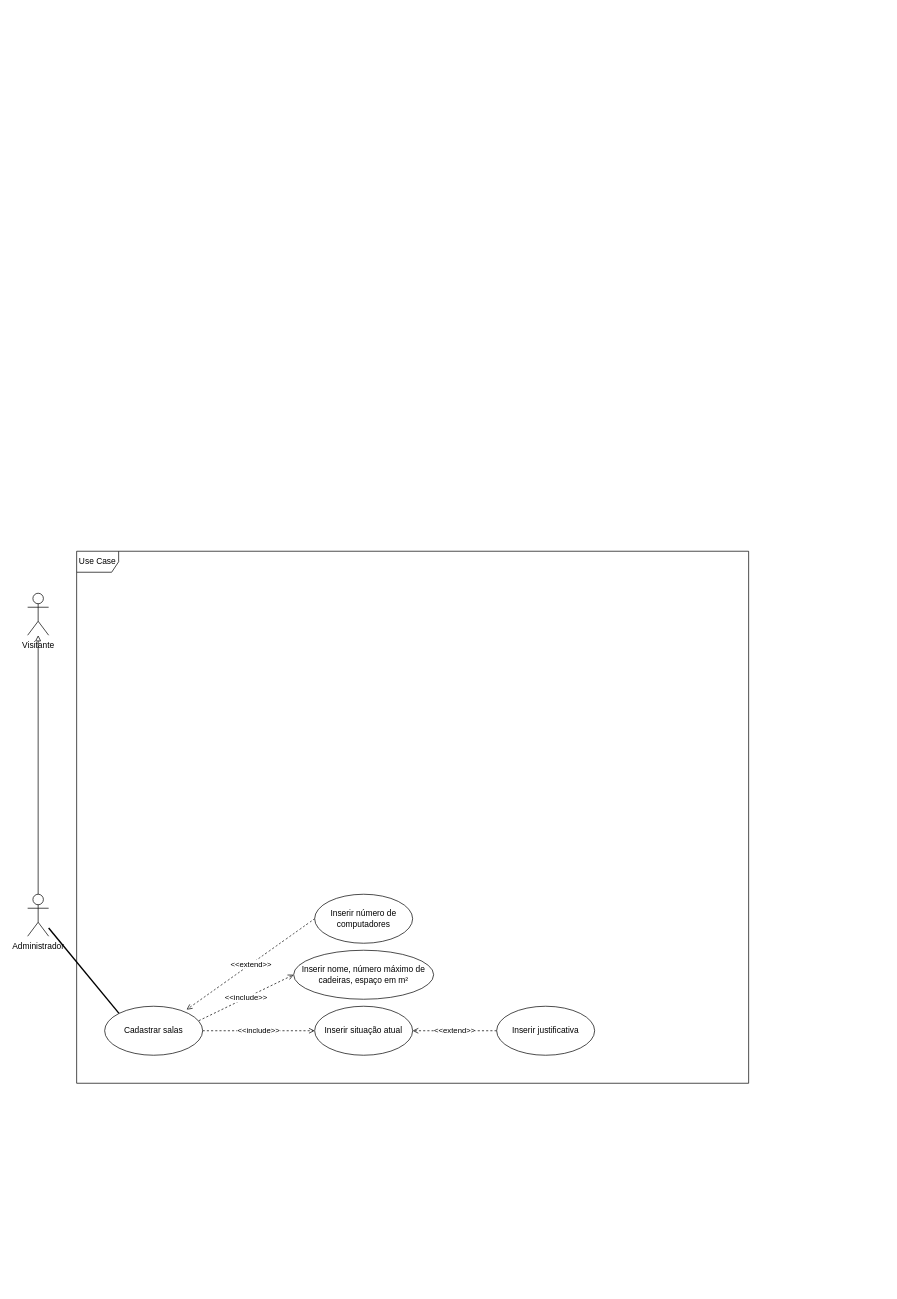
Above: docs/requisitos/Diagrama de casos de uso.drawio in Gian-Figueiredo/sistema-ensalamento (draw.io), before the change. Source tidied: cells renumbered, new cells numbered last; positions are measured from the earlier drawing's top-left corner, leaving out a move shared by most shapes. Both pictures are drawn from the tidied source at 70%, with x=0, y=0 at pixel (27, 551).
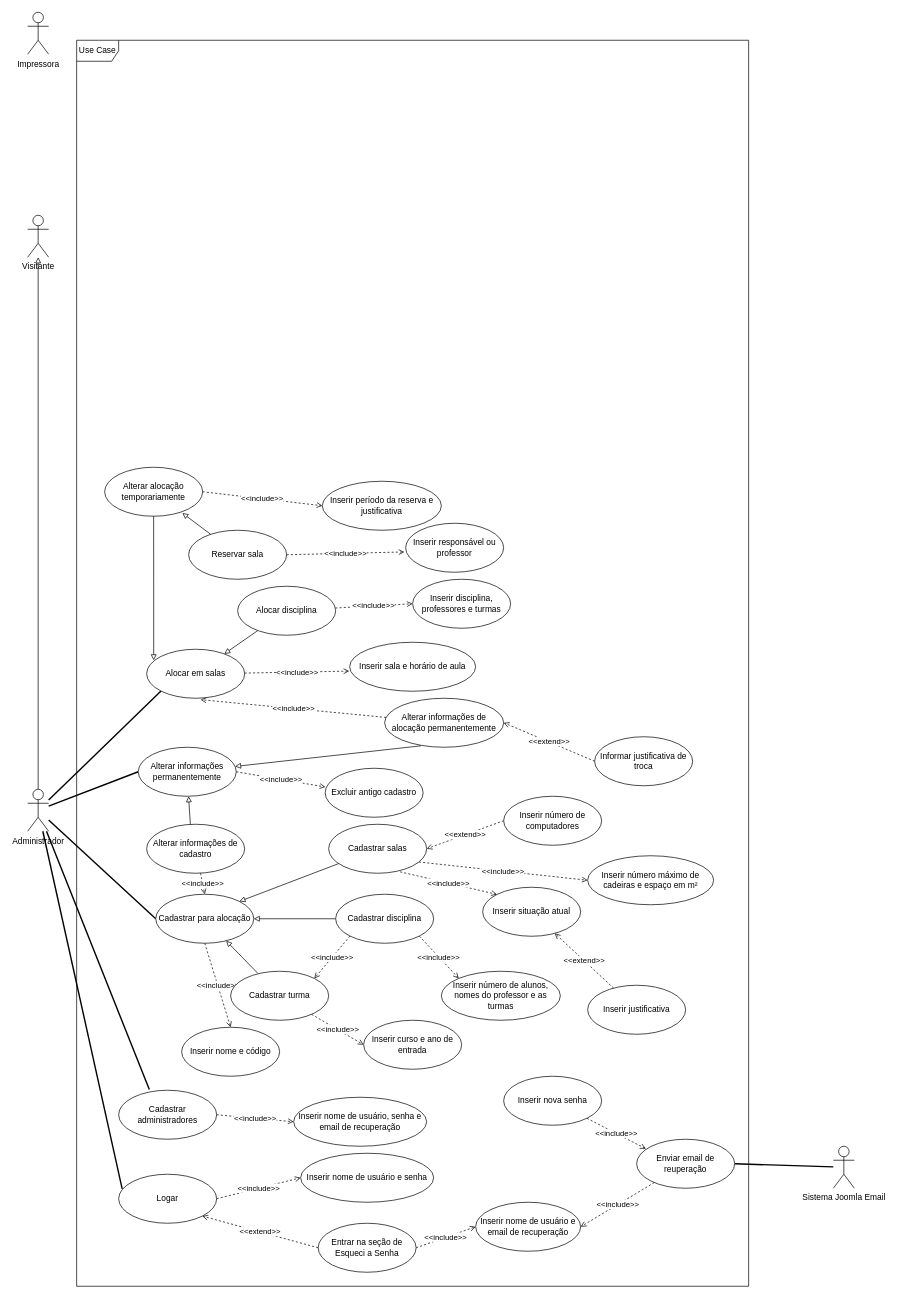
After the change.

Commit message (it also covers changes not shown here):
docs: Atualização do diagrama de casos de uso

Os casos de uso dos administradores foram definidos. Falta os casos de uso dos visitantes.

Diff of the diagram source:
```diff
@@
-    <mxCell id="3" style="rounded=0;jettySize=auto;html=1;entryX=0;entryY=0;entryDx=0;entryDy=0;defaultLabelBackgroundColor=page;labelPadding=0 4;endArrow=none;endFill=0;strokeWidth=2;" parent="1" edge="1" source="4" target="9">
-      <mxGeometry relative="1" as="geometry" />
-    </mxCell>
+    <mxCell id="16" style="rounded=0;jettySize=auto;html=1;entryX=0;entryY=0.5;entryDx=0;entryDy=0;defaultLabelBackgroundColor=page;labelPadding=0 4;endArrow=none;endFill=0;strokeWidth=2;" parent="1" edge="1" source="4" target="21">
+      <mxGeometry relative="1" as="geometry" />
+    </mxCell>
+    <mxCell id="17" style="rounded=0;jettySize=auto;html=1;entryX=0;entryY=1;entryDx=0;entryDy=0;defaultLabelBackgroundColor=page;labelPadding=0 4;strokeWidth=2;endArrow=none;endFill=0;" parent="1" edge="1" source="4" target="32">
+      <mxGeometry relative="1" as="geometry" />
+    </mxCell>
+    <mxCell id="18" style="rounded=0;jettySize=auto;html=1;entryX=0;entryY=0.5;entryDx=0;entryDy=0;defaultLabelBackgroundColor=page;labelPadding=0 4;strokeWidth=2;endArrow=none;endFill=0;" parent="1" edge="1" source="4" target="40">
+      <mxGeometry relative="1" as="geometry" />
+    </mxCell>
     <mxCell id="4" value="Administrador" style="shape=umlActor;verticalLabelPosition=bottom;verticalAlign=top;html=1;labelPerimeter=1;" parent="1" vertex="1">
-      <mxGeometry y="490" width="30" height="60" as="geometry" />
+      <mxGeometry y="340" width="30" height="60" as="geometry" />
     </mxCell>
     <mxCell id="5" value="Visitante" style="shape=umlActor;verticalLabelPosition=bottom;verticalAlign=top;html=1;labelPerimeter=1;" parent="1" vertex="1">
-      <mxGeometry y="60" width="30" height="60" as="geometry" />
+      <mxGeometry y="-480" width="30" height="60" as="geometry" />
     </mxCell>
     <mxCell id="6" value="Use Case" style="shape=umlFrame;whiteSpace=wrap;html=1;" parent="1" vertex="1">
-      <mxGeometry x="70" width="960" height="760" as="geometry" />
+      <mxGeometry x="70" y="-730" width="960" height="1780" as="geometry" />
     </mxCell>
-    <mxCell id="7" value="&amp;lt;&amp;lt;include&amp;gt;&amp;gt;" style="rounded=0;jettySize=auto;html=1;entryX=0;entryY=0.5;entryDx=0;entryDy=0;defaultLabelBackgroundColor=page;labelPadding=0 4;dashed=1;endArrow=open;endFill=0;exitX=0.961;exitY=0.295;exitDx=0;exitDy=0;exitPerimeter=0;" parent="1" edge="1" source="9" target="10">
+    <mxCell id="7" value="&amp;lt;&amp;lt;include&amp;gt;&amp;gt;" style="rounded=0;jettySize=auto;html=1;entryX=0;entryY=0.5;entryDx=0;entryDy=0;defaultLabelBackgroundColor=page;labelPadding=0 4;dashed=1;endArrow=open;endFill=0;exitX=0.921;exitY=0.771;exitDx=0;exitDy=0;exitPerimeter=0;" parent="1" edge="1" source="9" target="10">
       <mxGeometry relative="1" as="geometry" />
     </mxCell>
-    <mxCell id="8" value="&amp;lt;&amp;lt;include&amp;gt;&amp;gt;" style="rounded=0;jettySize=auto;html=1;entryX=0;entryY=0.5;entryDx=0;entryDy=0;defaultLabelBackgroundColor=page;labelPadding=0 4;exitX=1;exitY=0.5;exitDx=0;exitDy=0;endArrow=open;endFill=0;dashed=1;" parent="1" edge="1" source="9" target="13">
+    <mxCell id="8" value="&amp;lt;&amp;lt;include&amp;gt;&amp;gt;" style="rounded=0;jettySize=auto;html=1;entryX=0;entryY=0;entryDx=0;entryDy=0;defaultLabelBackgroundColor=page;labelPadding=0 4;exitX=0.729;exitY=0.971;exitDx=0;exitDy=0;endArrow=open;endFill=0;dashed=1;exitPerimeter=0;" parent="1" edge="1" source="9" target="13">
       <mxGeometry relative="1" as="geometry" />
     </mxCell>
+    <mxCell id="19" style="rounded=0;jettySize=auto;html=1;entryX=1;entryY=0;entryDx=0;entryDy=0;defaultLabelBackgroundColor=page;labelPadding=0 4;endArrow=block;endFill=0;" parent="1" edge="1" source="9" target="21">
+      <mxGeometry relative="1" as="geometry" />
+    </mxCell>
     <mxCell id="9" value="Cadastrar salas" style="ellipse;whiteSpace=wrap;html=1;" parent="1" vertex="1">
-      <mxGeometry x="110" y="650" width="140" height="70" as="geometry" />
+      <mxGeometry x="430" y="390" width="140" height="70" as="geometry" />
     </mxCell>
-    <mxCell id="10" value="Inserir nome, número máximo de cadeiras, espaço em m²" style="ellipse;whiteSpace=wrap;html=1;" parent="1" vertex="1">
-      <mxGeometry x="380" y="570" width="200" height="70" as="geometry" />
+    <mxCell id="10" value="Inserir número máximo de cadeiras e espaço em m²" style="ellipse;whiteSpace=wrap;html=1;" parent="1" vertex="1">
+      <mxGeometry x="800" y="435" width="180" height="70" as="geometry" />
     </mxCell>
-    <mxCell id="11" value="&amp;lt;&amp;lt;extend&amp;gt;&amp;gt;" style="rounded=0;jettySize=auto;html=1;defaultLabelBackgroundColor=page;labelPadding=0 4;curved=1;curveGeometry=1;exitX=0;exitY=0.5;exitDx=0;exitDy=0;entryX=0.836;entryY=0.069;entryDx=0;entryDy=0;endArrow=open;endFill=0;dashed=1;entryPerimeter=0;" parent="1" edge="1" source="12" target="9">
+    <mxCell id="11" value="&amp;lt;&amp;lt;extend&amp;gt;&amp;gt;" style="rounded=0;jettySize=auto;html=1;defaultLabelBackgroundColor=page;labelPadding=0 4;curved=1;curveGeometry=1;exitX=0;exitY=0.5;exitDx=0;exitDy=0;entryX=1;entryY=0.5;entryDx=0;entryDy=0;endArrow=open;endFill=0;dashed=1;" parent="1" edge="1" source="12" target="9">
       <mxGeometry relative="1" as="geometry" />
     </mxCell>
     <mxCell id="12" value="Inserir número de computadores" style="ellipse;whiteSpace=wrap;html=1;" parent="1" vertex="1">
-      <mxGeometry x="410" y="490" width="140" height="70" as="geometry" />
+      <mxGeometry x="680" y="350" width="140" height="70" as="geometry" />
     </mxCell>
     <mxCell id="13" value="Inserir situação atual" style="ellipse;whiteSpace=wrap;html=1;" parent="1" vertex="1">
-      <mxGeometry x="410" y="650" width="140" height="70" as="geometry" />
+      <mxGeometry x="650" y="480" width="140" height="70" as="geometry" />
     </mxCell>
-    <mxCell id="14" value="&amp;lt;&amp;lt;extend&amp;gt;&amp;gt;" style="rounded=0;jettySize=auto;html=1;entryX=1;entryY=0.5;entryDx=0;entryDy=0;defaultLabelBackgroundColor=page;labelPadding=0 4;endArrow=open;endFill=0;dashed=1;" parent="1" edge="1" source="15" target="13">
+    <mxCell id="14" value="&amp;lt;&amp;lt;extend&amp;gt;&amp;gt;" style="rounded=0;jettySize=auto;html=1;defaultLabelBackgroundColor=page;labelPadding=0 4;endArrow=open;endFill=0;dashed=1;" parent="1" edge="1" source="15" target="13">
       <mxGeometry relative="1" as="geometry" />
     </mxCell>
     <mxCell id="15" value="Inserir justificativa" style="ellipse;whiteSpace=wrap;html=1;" parent="1" vertex="1">
-      <mxGeometry x="670" y="650" width="140" height="70" as="geometry" />
+      <mxGeometry x="800" y="620" width="140" height="70" as="geometry" />
     </mxCell>
+    <mxCell id="20" value="&amp;lt;&amp;lt;include&amp;gt;&amp;gt;" style="rounded=0;jettySize=auto;html=1;entryX=0.5;entryY=0;entryDx=0;entryDy=0;defaultLabelBackgroundColor=page;labelPadding=0 4;dashed=1;endArrow=open;endFill=0;exitX=0.5;exitY=1;exitDx=0;exitDy=0;" parent="1" edge="1" source="21" target="22">
+      <mxGeometry relative="1" as="geometry" />
+    </mxCell>
+    <mxCell id="21" value="Cadastrar para alocação" style="ellipse;whiteSpace=wrap;html=1;" parent="1" vertex="1">
+      <mxGeometry x="183" y="490" width="140" height="70" as="geometry" />
+    </mxCell>
+    <mxCell id="22" value="Inserir nome e código" style="ellipse;whiteSpace=wrap;html=1;" parent="1" vertex="1">
+      <mxGeometry x="220" y="680" width="140" height="70" as="geometry" />
+    </mxCell>
+    <mxCell id="23" style="rounded=0;jettySize=auto;html=1;defaultLabelBackgroundColor=page;labelPadding=0 4;endArrow=block;endFill=0;" parent="1" edge="1" source="25" target="21">
+      <mxGeometry relative="1" as="geometry" />
+    </mxCell>
+    <mxCell id="24" value="&amp;lt;&amp;lt;include&amp;gt;&amp;gt;" style="rounded=0;jettySize=auto;html=1;entryX=0;entryY=0.5;entryDx=0;entryDy=0;defaultLabelBackgroundColor=page;labelPadding=0 4;endArrow=open;endFill=0;dashed=1;" parent="1" edge="1" source="25" target="26">
+      <mxGeometry relative="1" as="geometry" />
+    </mxCell>
+    <mxCell id="25" value="Cadastrar turma" style="ellipse;whiteSpace=wrap;html=1;" parent="1" vertex="1">
+      <mxGeometry x="290" y="600" width="140" height="70" as="geometry" />
+    </mxCell>
+    <mxCell id="26" value="Inserir curso e ano de entrada" style="ellipse;whiteSpace=wrap;html=1;" parent="1" vertex="1">
+      <mxGeometry x="480" y="670" width="140" height="70" as="geometry" />
+    </mxCell>
+    <mxCell id="27" style="rounded=0;jettySize=auto;html=1;entryX=1;entryY=0.5;entryDx=0;entryDy=0;defaultLabelBackgroundColor=page;labelPadding=0 4;endArrow=block;endFill=0;exitX=0;exitY=0.5;exitDx=0;exitDy=0;" parent="1" edge="1" source="30" target="21">
+      <mxGeometry relative="1" as="geometry" />
+    </mxCell>
+    <mxCell id="28" value="&amp;lt;&amp;lt;include&amp;gt;&amp;gt;" style="rounded=0;jettySize=auto;html=1;entryX=0;entryY=0;entryDx=0;entryDy=0;defaultLabelBackgroundColor=page;labelPadding=0 4;endArrow=open;endFill=0;dashed=1;exitX=1;exitY=1;exitDx=0;exitDy=0;" parent="1" edge="1" source="30" target="31">
+      <mxGeometry relative="1" as="geometry" />
+    </mxCell>
+    <mxCell id="29" value="&amp;lt;&amp;lt;include&amp;gt;&amp;gt;" style="rounded=0;jettySize=auto;html=1;entryX=1;entryY=0;entryDx=0;entryDy=0;defaultLabelBackgroundColor=page;labelPadding=0 4;dashed=1;endArrow=open;endFill=0;exitX=0;exitY=1;exitDx=0;exitDy=0;" parent="1" edge="1" source="30" target="25">
+      <mxGeometry relative="1" as="geometry" />
+    </mxCell>
+    <mxCell id="30" value="Cadastrar disciplina" style="ellipse;whiteSpace=wrap;html=1;" parent="1" vertex="1">
+      <mxGeometry x="440" y="490" width="140" height="70" as="geometry" />
+    </mxCell>
+    <mxCell id="31" value="Inserir número de alunos, nomes do professor e as turmas" style="ellipse;whiteSpace=wrap;html=1;" parent="1" vertex="1">
+      <mxGeometry x="591" y="600" width="170" height="70" as="geometry" />
+    </mxCell>
+    <mxCell id="32" value="Alocar em salas" style="ellipse;whiteSpace=wrap;html=1;" parent="1" vertex="1">
+      <mxGeometry x="170" y="140" width="140" height="70" as="geometry" />
+    </mxCell>
+    <mxCell id="33" value="Inserir sala e horário de aula" style="ellipse;whiteSpace=wrap;html=1;" parent="1" vertex="1">
+      <mxGeometry x="460" y="130" width="180" height="70" as="geometry" />
+    </mxCell>
+    <mxCell id="34" value="&amp;lt;&amp;lt;include&amp;gt;&amp;gt;" style="rounded=0;jettySize=auto;html=1;entryX=-0.003;entryY=0.589;entryDx=0;entryDy=0;entryPerimeter=0;defaultLabelBackgroundColor=page;labelPadding=0 4;dashed=1;endArrow=open;endFill=0;" parent="1" edge="1" source="32" target="33">
+      <mxGeometry relative="1" as="geometry" />
+    </mxCell>
+    <mxCell id="35" value="&amp;lt;&amp;lt;include&amp;gt;&amp;gt;" style="rounded=0;jettySize=auto;html=1;entryX=0.5;entryY=0;entryDx=0;entryDy=0;defaultLabelBackgroundColor=page;labelPadding=0 4;dashed=1;endArrow=open;endFill=0;" parent="1" edge="1" source="36" target="21">
+      <mxGeometry relative="1" as="geometry" />
+    </mxCell>
+    <mxCell id="36" value="Alterar informações de cadastro" style="ellipse;whiteSpace=wrap;html=1;" parent="1" vertex="1">
+      <mxGeometry x="170" y="390" width="140" height="70" as="geometry" />
+    </mxCell>
+    <mxCell id="37" value="Excluir antigo cadastro" style="ellipse;whiteSpace=wrap;html=1;" parent="1" vertex="1">
+      <mxGeometry x="425" y="310" width="140" height="70" as="geometry" />
+    </mxCell>
+    <mxCell id="38" value="Alterar informações de alocação permanentemente" style="ellipse;whiteSpace=wrap;html=1;" parent="1" vertex="1">
+      <mxGeometry x="510" y="210" width="170" height="70" as="geometry" />
+    </mxCell>
+    <mxCell id="39" value="&amp;lt;&amp;lt;include&amp;gt;&amp;gt;" style="rounded=0;jettySize=auto;html=1;entryX=0.55;entryY=1.029;entryDx=0;entryDy=0;entryPerimeter=0;defaultLabelBackgroundColor=page;labelPadding=0 4;dashed=1;endArrow=open;endFill=0;" parent="1" edge="1" source="38" target="32">
+      <mxGeometry relative="1" as="geometry" />
+    </mxCell>
+    <mxCell id="40" value="Alterar informações permanentemente" style="ellipse;whiteSpace=wrap;html=1;" parent="1" vertex="1">
+      <mxGeometry x="158" y="280" width="140" height="70" as="geometry" />
+    </mxCell>
+    <mxCell id="41" value="&amp;lt;&amp;lt;include&amp;gt;&amp;gt;" style="rounded=0;jettySize=auto;html=1;entryX=0.002;entryY=0.383;entryDx=0;entryDy=0;defaultLabelBackgroundColor=page;labelPadding=0 4;dashed=1;endArrow=open;endFill=0;exitX=1;exitY=0.5;exitDx=0;exitDy=0;entryPerimeter=0;" parent="1" edge="1" source="40" target="37">
+      <mxGeometry relative="1" as="geometry" />
+    </mxCell>
+    <mxCell id="42" style="rounded=0;jettySize=auto;html=1;defaultLabelBackgroundColor=page;labelPadding=0 4;endArrow=block;endFill=0;exitX=0.446;exitY=0.002;exitDx=0;exitDy=0;exitPerimeter=0;" parent="1" edge="1" source="36" target="40">
+      <mxGeometry relative="1" as="geometry" />
+    </mxCell>
+    <mxCell id="43" style="rounded=0;jettySize=auto;html=1;defaultLabelBackgroundColor=page;labelPadding=0 4;endArrow=block;endFill=0;exitX=0.305;exitY=0.971;exitDx=0;exitDy=0;exitPerimeter=0;" parent="1" edge="1" source="38" target="40">
+      <mxGeometry relative="1" as="geometry" />
+    </mxCell>
+    <mxCell id="44" style="rounded=0;jettySize=auto;html=1;defaultLabelBackgroundColor=page;labelPadding=0 4;endArrow=block;endFill=0;" parent="1" edge="1" source="46" target="32">
+      <mxGeometry relative="1" as="geometry" />
+    </mxCell>
+    <mxCell id="45" value="&amp;lt;&amp;lt;include&amp;gt;&amp;gt;" style="rounded=0;jettySize=auto;html=1;entryX=0;entryY=0.5;entryDx=0;entryDy=0;defaultLabelBackgroundColor=page;labelPadding=0 4;endArrow=open;endFill=0;dashed=1;" parent="1" edge="1" source="46" target="47">
+      <mxGeometry relative="1" as="geometry" />
+    </mxCell>
+    <mxCell id="46" value="Alocar disciplina" style="ellipse;whiteSpace=wrap;html=1;" parent="1" vertex="1">
+      <mxGeometry x="300" y="50" width="140" height="70" as="geometry" />
+    </mxCell>
+    <mxCell id="47" value="Inserir disciplina, professores e turmas" style="ellipse;whiteSpace=wrap;html=1;" parent="1" vertex="1">
+      <mxGeometry x="550" y="40" width="140" height="70" as="geometry" />
+    </mxCell>
+    <mxCell id="48" value="Reservar sala" style="ellipse;whiteSpace=wrap;html=1;" parent="1" vertex="1">
+      <mxGeometry x="230" y="-30" width="140" height="70" as="geometry" />
+    </mxCell>
+    <mxCell id="49" style="rounded=0;jettySize=auto;html=1;entryX=0.793;entryY=0.935;entryDx=0;entryDy=0;entryPerimeter=0;defaultLabelBackgroundColor=page;labelPadding=0 4;endArrow=block;endFill=0;" parent="1" edge="1" source="48" target="54">
+      <mxGeometry relative="1" as="geometry" />
+    </mxCell>
+    <mxCell id="50" value="Inserir responsável ou professor" style="ellipse;whiteSpace=wrap;html=1;" parent="1" vertex="1">
+      <mxGeometry x="540" y="-40" width="140" height="70" as="geometry" />
+    </mxCell>
+    <mxCell id="51" value="&amp;lt;&amp;lt;include&amp;gt;&amp;gt;" style="rounded=0;jettySize=auto;html=1;entryX=-0.013;entryY=0.586;entryDx=0;entryDy=0;defaultLabelBackgroundColor=page;labelPadding=0 4;endArrow=open;endFill=0;dashed=1;exitX=1;exitY=0.5;exitDx=0;exitDy=0;entryPerimeter=0;" parent="1" edge="1" source="48" target="50">
+      <mxGeometry relative="1" as="geometry" />
+    </mxCell>
+    <mxCell id="52" value="Informar justificativa de troca" style="ellipse;whiteSpace=wrap;html=1;" parent="1" vertex="1">
+      <mxGeometry x="810" y="265" width="140" height="70" as="geometry" />
+    </mxCell>
+    <mxCell id="53" value="&amp;lt;&amp;lt;extend&amp;gt;&amp;gt;" style="rounded=0;jettySize=auto;html=1;defaultLabelBackgroundColor=page;labelPadding=0 4;endArrow=open;endFill=0;dashed=1;exitX=0;exitY=0.5;exitDx=0;exitDy=0;entryX=1;entryY=0.5;entryDx=0;entryDy=0;" parent="1" edge="1" source="52" target="38">
+      <mxGeometry relative="1" as="geometry" />
+    </mxCell>
+    <mxCell id="54" value="Alterar alocação temporariamente" style="ellipse;whiteSpace=wrap;html=1;" parent="1" vertex="1">
+      <mxGeometry x="110" y="-120" width="140" height="70" as="geometry" />
+    </mxCell>
+    <mxCell id="55" style="rounded=0;jettySize=auto;html=1;entryX=0.072;entryY=0.227;entryDx=0;entryDy=0;entryPerimeter=0;defaultLabelBackgroundColor=page;labelPadding=0 4;endArrow=block;endFill=0;" parent="1" edge="1" source="54" target="32">
+      <mxGeometry relative="1" as="geometry" />
+    </mxCell>
+    <mxCell id="56" value="Inserir período da reserva e justificativa" style="ellipse;whiteSpace=wrap;html=1;" parent="1" vertex="1">
+      <mxGeometry x="421" y="-100" width="170" height="70" as="geometry" />
+    </mxCell>
+    <mxCell id="57" value="&amp;lt;&amp;lt;include&amp;gt;&amp;gt;" style="rounded=0;jettySize=auto;html=1;defaultLabelBackgroundColor=page;labelPadding=0 4;endArrow=open;endFill=0;dashed=1;exitX=1;exitY=0.5;exitDx=0;exitDy=0;entryX=0;entryY=0.5;entryDx=0;entryDy=0;" parent="1" edge="1" source="54" target="56">
+      <mxGeometry relative="1" as="geometry" />
+    </mxCell>
+    <mxCell id="58" value="Cadastrar administradores" style="ellipse;whiteSpace=wrap;html=1;" parent="1" vertex="1">
+      <mxGeometry x="130" y="770" width="140" height="70" as="geometry" />
+    </mxCell>
+    <mxCell id="59" style="rounded=0;jettySize=auto;html=1;entryX=0.313;entryY=-0.013;entryDx=0;entryDy=0;defaultLabelBackgroundColor=page;labelPadding=0 4;endArrow=none;endFill=0;strokeWidth=2;entryPerimeter=0;" parent="1" edge="1" source="4" target="58">
+      <mxGeometry relative="1" as="geometry" />
+    </mxCell>
+    <mxCell id="60" value="Inserir nome de usuário, senha e email de recuperação" style="ellipse;whiteSpace=wrap;html=1;" parent="1" vertex="1">
+      <mxGeometry x="380" y="780" width="190" height="70" as="geometry" />
+    </mxCell>
+    <mxCell id="61" value="&amp;lt;&amp;lt;include&amp;gt;&amp;gt;" style="rounded=0;jettySize=auto;html=1;entryX=0;entryY=0.5;entryDx=0;entryDy=0;defaultLabelBackgroundColor=page;labelPadding=0 4;endArrow=open;endFill=0;dashed=1;exitX=1;exitY=0.5;exitDx=0;exitDy=0;" parent="1" edge="1" source="58" target="60">
+      <mxGeometry relative="1" as="geometry" />
+    </mxCell>
+    <mxCell id="62" value="Logar" style="ellipse;whiteSpace=wrap;html=1;" parent="1" vertex="1">
+      <mxGeometry x="130" y="890" width="140" height="70" as="geometry" />
+    </mxCell>
+    <mxCell id="63" value="Inserir nome de usuário e senha" style="ellipse;whiteSpace=wrap;html=1;" parent="1" vertex="1">
+      <mxGeometry x="390" y="860" width="190" height="70" as="geometry" />
+    </mxCell>
+    <mxCell id="64" value="&amp;lt;&amp;lt;include&amp;gt;&amp;gt;" style="rounded=0;jettySize=auto;html=1;entryX=0;entryY=0.5;entryDx=0;entryDy=0;defaultLabelBackgroundColor=page;labelPadding=0 4;endArrow=open;endFill=0;dashed=1;exitX=1;exitY=0.5;exitDx=0;exitDy=0;" parent="1" edge="1" source="62" target="63">
+      <mxGeometry relative="1" as="geometry" />
+    </mxCell>
+    <mxCell id="65" style="rounded=0;jettySize=auto;html=1;defaultLabelBackgroundColor=page;labelPadding=0 4;endArrow=none;endFill=0;strokeWidth=2;exitX=0.036;exitY=0.3;exitDx=0;exitDy=0;exitPerimeter=0;" parent="1" edge="1" source="62" target="4">
+      <mxGeometry relative="1" as="geometry" />
+    </mxCell>
+    <mxCell id="66" value="Entrar na seção de Esqueci a Senha" style="ellipse;whiteSpace=wrap;html=1;" parent="1" vertex="1">
+      <mxGeometry x="415" y="960" width="140" height="70" as="geometry" />
+    </mxCell>
+    <mxCell id="67" value="&amp;lt;&amp;lt;extend&amp;gt;&amp;gt;" style="rounded=0;jettySize=auto;html=1;defaultLabelBackgroundColor=page;labelPadding=0 4;endArrow=open;endFill=0;dashed=1;exitX=0;exitY=0.5;exitDx=0;exitDy=0;entryX=1;entryY=1;entryDx=0;entryDy=0;" parent="1" edge="1" source="66" target="62">
+      <mxGeometry relative="1" as="geometry" />
+    </mxCell>
+    <mxCell id="68" value="Inserir nome de usuário e email de recuperação" style="ellipse;whiteSpace=wrap;html=1;" parent="1" vertex="1">
+      <mxGeometry x="640" y="930" width="150" height="70" as="geometry" />
+    </mxCell>
+    <mxCell id="69" value="&amp;lt;&amp;lt;include&amp;gt;&amp;gt;" style="rounded=0;jettySize=auto;html=1;entryX=0;entryY=0.5;entryDx=0;entryDy=0;defaultLabelBackgroundColor=page;labelPadding=0 4;endArrow=open;endFill=0;dashed=1;exitX=1;exitY=0.5;exitDx=0;exitDy=0;" parent="1" edge="1" source="66" target="68">
+      <mxGeometry relative="1" as="geometry" />
+    </mxCell>
+    <mxCell id="70" style="rounded=0;jettySize=auto;html=1;entryX=1;entryY=0.5;entryDx=0;entryDy=0;defaultLabelBackgroundColor=page;labelPadding=0 4;strokeWidth=2;endArrow=none;endFill=0;" parent="1" edge="1" source="71" target="73">
+      <mxGeometry relative="1" as="geometry" />
+    </mxCell>
+    <mxCell id="71" value="Sistema Joomla Email" style="shape=umlActor;verticalLabelPosition=bottom;verticalAlign=top;html=1;labelPerimeter=1;" parent="1" vertex="1">
+      <mxGeometry x="1151" y="850" width="30" height="60" as="geometry" />
+    </mxCell>
+    <mxCell id="72" value="&amp;lt;&amp;lt;include&amp;gt;&amp;gt;" style="rounded=0;jettySize=auto;html=1;entryX=1;entryY=0.5;entryDx=0;entryDy=0;defaultLabelBackgroundColor=page;labelPadding=0 4;endArrow=open;endFill=0;dashed=1;" parent="1" edge="1" source="73" target="68">
+      <mxGeometry relative="1" as="geometry" />
+    </mxCell>
+    <mxCell id="73" value="Enviar email de reuperação" style="ellipse;whiteSpace=wrap;html=1;" parent="1" vertex="1">
+      <mxGeometry x="870" y="840" width="140" height="70" as="geometry" />
+    </mxCell>
+    <mxCell id="74" value="Inserir nova senha" style="ellipse;whiteSpace=wrap;html=1;" parent="1" vertex="1">
+      <mxGeometry x="680" y="750" width="140" height="70" as="geometry" />
+    </mxCell>
+    <mxCell id="75" value="&amp;lt;&amp;lt;include&amp;gt;&amp;gt;" style="rounded=0;jettySize=auto;html=1;entryX=0.094;entryY=0.195;entryDx=0;entryDy=0;entryPerimeter=0;defaultLabelBackgroundColor=page;labelPadding=0 4;dashed=1;endArrow=open;endFill=0;" parent="1" edge="1" source="74" target="73">
+      <mxGeometry relative="1" as="geometry" />
+    </mxCell>
+    <mxCell id="76" value="Impressora" style="shape=umlActor;verticalLabelPosition=bottom;verticalAlign=top;html=1;labelPerimeter=1;" parent="1" vertex="1">
+      <mxGeometry y="-770" width="30" height="60" as="geometry" />
+    </mxCell>
```
